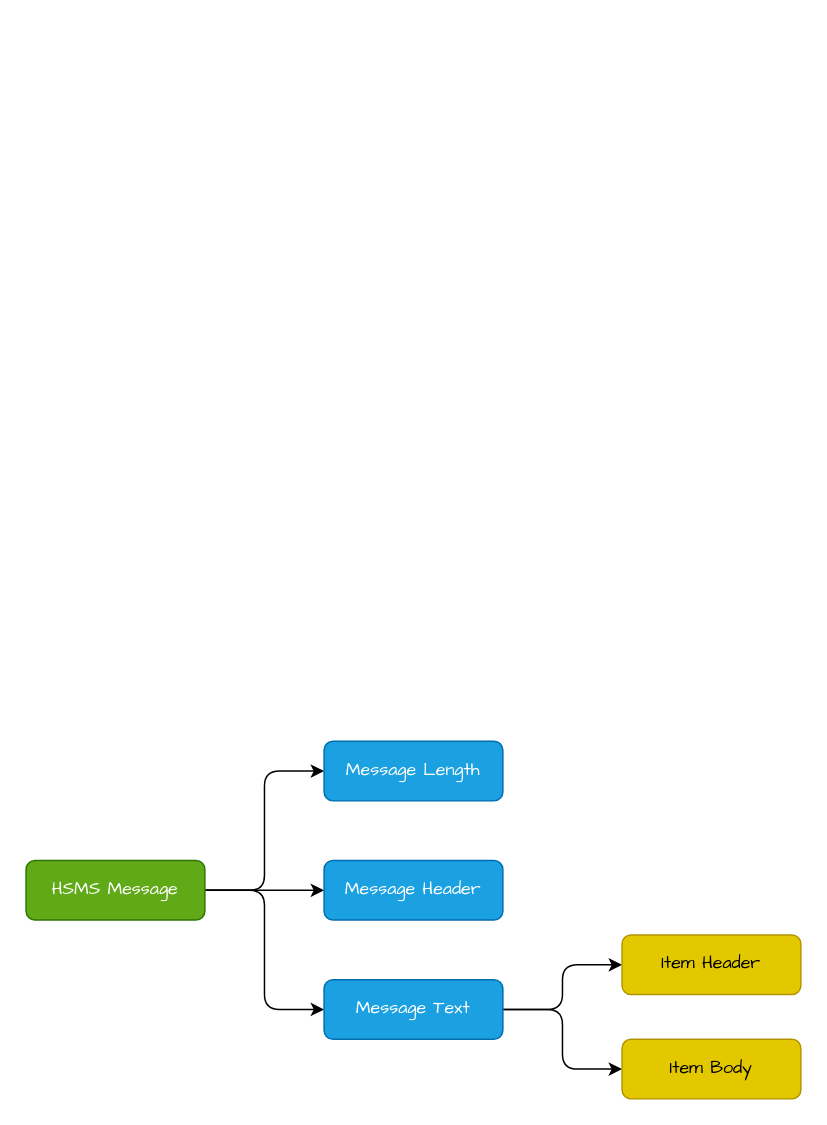
ZerosZhang/Draft-Record keeps this draw.io diagram as page "HSMS Message" (1 of 4) of SEMI程序设计.drawio. Above is the earlier version. Source tidied: cells renumbered, new cells numbered last; positions are measured from the earlier drawing's top-left corner, leaving out a move shared by most shapes. Both pictures are drawn from the tidied source at 149%, with x=0, y=0 at pixel (25, 741).
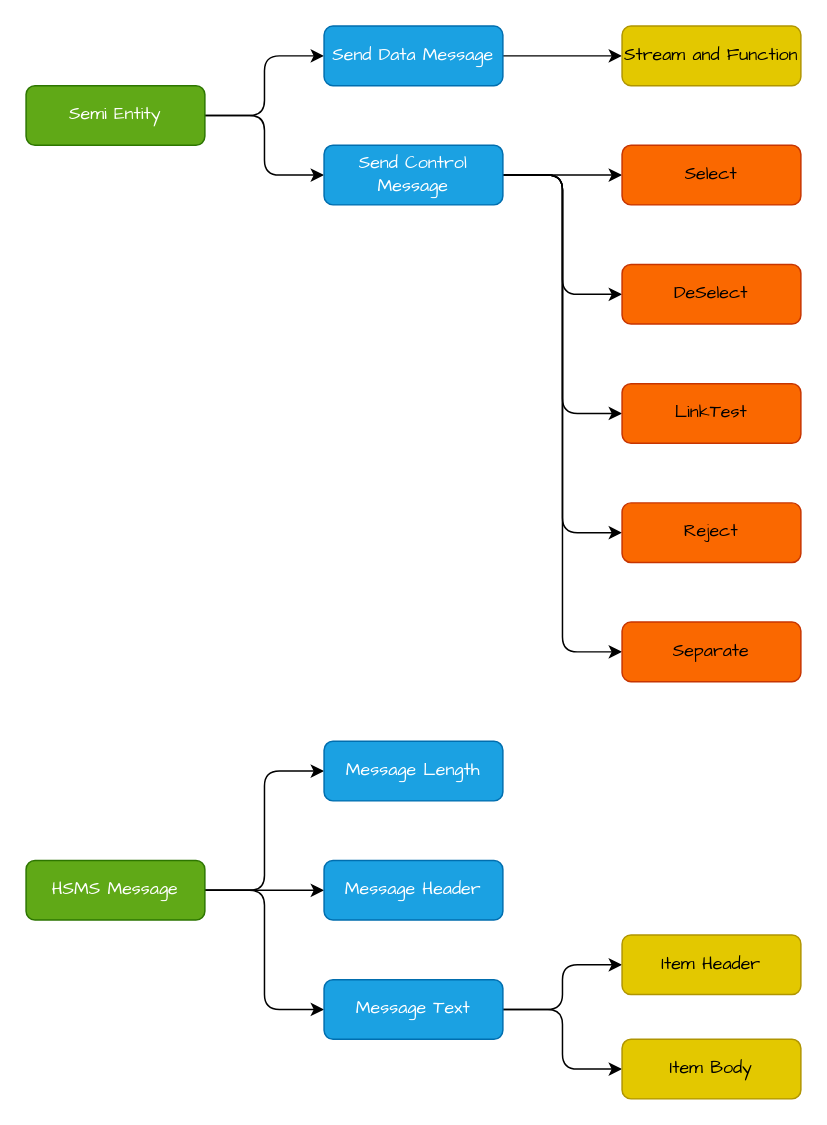
Above is the later version.

Change to the diagram source:
```diff
@@
+    <mxCell id="13" style="edgeStyle=elbowEdgeStyle;html=1;fontFamily=Comic Sans MS;fontSize=12;fontColor=default;rounded=1;" parent="1" edge="1" source="15" target="17">
+      <mxGeometry relative="1" as="geometry" />
+    </mxCell>
+    <mxCell id="14" style="edgeStyle=elbowEdgeStyle;html=1;fontFamily=Comic Sans MS;fontSize=12;fontColor=default;rounded=1;" parent="1" edge="1" source="15" target="23">
+      <mxGeometry relative="1" as="geometry" />
+    </mxCell>
+    <mxCell id="15" value="Semi Entity" style="rounded=1;whiteSpace=wrap;html=1;fontFamily=Comic Sans MS;fillColor=#60a917;fontColor=#ffffff;strokeColor=#2D7600;" parent="1" vertex="1">
+      <mxGeometry y="-440" width="120" height="40" as="geometry" />
+    </mxCell>
+    <mxCell id="16" style="edgeStyle=elbowEdgeStyle;html=1;fontFamily=Comic Sans MS;fontSize=12;fontColor=default;rounded=1;" parent="1" edge="1" source="17" target="29">
+      <mxGeometry relative="1" as="geometry" />
+    </mxCell>
+    <mxCell id="17" value="Send Data Message" style="rounded=1;whiteSpace=wrap;html=1;fontFamily=Comic Sans MS;fillColor=#1ba1e2;fontColor=#ffffff;strokeColor=#006EAF;" parent="1" vertex="1">
+      <mxGeometry x="200" y="-480" width="120" height="40" as="geometry" />
+    </mxCell>
+    <mxCell id="18" style="edgeStyle=elbowEdgeStyle;html=1;fontFamily=Comic Sans MS;fontSize=12;fontColor=default;rounded=1;" parent="1" edge="1" source="23" target="24">
+      <mxGeometry relative="1" as="geometry" />
+    </mxCell>
+    <mxCell id="19" style="edgeStyle=elbowEdgeStyle;html=1;fontFamily=Comic Sans MS;fontSize=12;fontColor=default;rounded=1;" parent="1" edge="1" source="23" target="25">
+      <mxGeometry relative="1" as="geometry" />
+    </mxCell>
+    <mxCell id="20" style="edgeStyle=elbowEdgeStyle;html=1;fontFamily=Comic Sans MS;fontSize=12;fontColor=default;rounded=1;" parent="1" edge="1" source="23" target="26">
+      <mxGeometry relative="1" as="geometry" />
+    </mxCell>
+    <mxCell id="21" style="edgeStyle=elbowEdgeStyle;html=1;fontFamily=Comic Sans MS;fontSize=12;fontColor=default;rounded=1;" parent="1" edge="1" source="23" target="27">
+      <mxGeometry relative="1" as="geometry" />
+    </mxCell>
+    <mxCell id="22" style="edgeStyle=elbowEdgeStyle;html=1;fontFamily=Comic Sans MS;fontSize=12;fontColor=default;rounded=1;" parent="1" edge="1" source="23" target="28">
+      <mxGeometry relative="1" as="geometry" />
+    </mxCell>
+    <mxCell id="23" value="Send Control Message" style="rounded=1;whiteSpace=wrap;html=1;fontFamily=Comic Sans MS;fillColor=#1ba1e2;fontColor=#ffffff;strokeColor=#006EAF;" parent="1" vertex="1">
+      <mxGeometry x="200" y="-400" width="120" height="40" as="geometry" />
+    </mxCell>
+    <mxCell id="24" value="Select" style="rounded=1;whiteSpace=wrap;html=1;fontFamily=Comic Sans MS;strokeColor=#C73500;fontSize=12;fontColor=#000000;fillColor=#fa6800;" parent="1" vertex="1">
+      <mxGeometry x="400" y="-400" width="120" height="40" as="geometry" />
+    </mxCell>
+    <mxCell id="25" value="DeSelect" style="rounded=1;whiteSpace=wrap;html=1;fontFamily=Comic Sans MS;strokeColor=#C73500;fontSize=12;fontColor=#000000;fillColor=#fa6800;" parent="1" vertex="1">
+      <mxGeometry x="400" y="-320" width="120" height="40" as="geometry" />
+    </mxCell>
+    <mxCell id="26" value="LinkTest" style="rounded=1;whiteSpace=wrap;html=1;fontFamily=Comic Sans MS;strokeColor=#C73500;fontSize=12;fontColor=#000000;fillColor=#fa6800;" parent="1" vertex="1">
+      <mxGeometry x="400" y="-240" width="120" height="40" as="geometry" />
+    </mxCell>
+    <mxCell id="27" value="Reject" style="rounded=1;whiteSpace=wrap;html=1;fontFamily=Comic Sans MS;strokeColor=#C73500;fontSize=12;fontColor=#000000;fillColor=#fa6800;" parent="1" vertex="1">
+      <mxGeometry x="400" y="-160" width="120" height="40" as="geometry" />
+    </mxCell>
+    <mxCell id="28" value="Separate" style="rounded=1;whiteSpace=wrap;html=1;fontFamily=Comic Sans MS;strokeColor=#C73500;fontSize=12;fontColor=#000000;fillColor=#fa6800;" parent="1" vertex="1">
+      <mxGeometry x="400" y="-80" width="120" height="40" as="geometry" />
+    </mxCell>
+    <mxCell id="29" value="Stream and Function" style="rounded=1;whiteSpace=wrap;html=1;fontFamily=Comic Sans MS;fillColor=#e3c800;fontColor=#000000;strokeColor=#B09500;" parent="1" vertex="1">
+      <mxGeometry x="400" y="-480" width="120" height="40" as="geometry" />
+    </mxCell>
```
